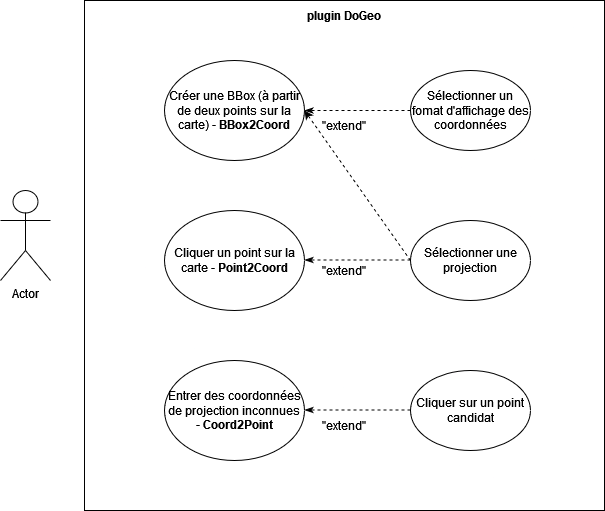
Before: diag_UseCases.png, a diagram exported from draw.io (leonielrx/ProjetInfo_DoGeo). Source tidied: cells renumbered, new cells last; positions are measured from the earlier drawing's top-left corner, leaving out a move shared by most shapes.
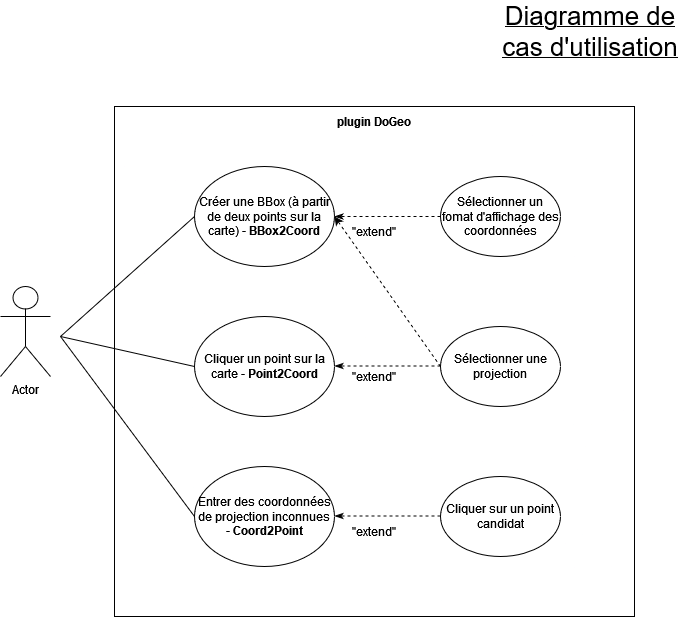
After the change.

Commit message:
Mettre à jour diag_UseCases.png

What changed in the source:
```diff
@@ -3,7 +3,7 @@
     <mxCell id="0" />
     <mxCell id="1" parent="0" />
     <mxCell id="2" value="Actor" style="shape=umlActor;verticalLabelPosition=bottom;verticalAlign=top;html=1;" parent="1" vertex="1">
-      <mxGeometry y="190" width="50" height="90" as="geometry" />
+      <mxGeometry x="-30" y="180" width="50" height="90" as="geometry" />
     </mxCell>
     <mxCell id="3" style="verticalLabelPosition=bottom;verticalAlign=top;html=1;shape=mxgraph.basic.rect;fillColor2=none;strokeWidth=1;size=20;indent=5;" parent="1" vertex="1">
       <mxGeometry x="84" width="520" height="510" as="geometry" />
@@ -56,5 +56,23 @@
     <mxCell id="17" value="&quot;extend&quot;" style="text;html=1;align=center;verticalAlign=middle;whiteSpace=wrap;rounded=0;" parent="1" vertex="1">
       <mxGeometry x="314" y="410" width="60" height="30" as="geometry" />
     </mxCell>
+    <mxCell id="18" style="endArrow=none;html=1;rounded=0;entryX=0;entryY=0.5;entryDx=0;entryDy=0;" parent="1" edge="1" target="7">
+      <mxGeometry relative="1" as="geometry">
+        <mxPoint x="30" y="230" as="sourcePoint" />
+      </mxGeometry>
+    </mxCell>
+    <mxCell id="19" style="endArrow=none;html=1;rounded=0;entryX=0;entryY=0.5;entryDx=0;entryDy=0;" parent="1" edge="1" target="6">
+      <mxGeometry relative="1" as="geometry">
+        <mxPoint x="30" y="230" as="sourcePoint" />
+      </mxGeometry>
+    </mxCell>
+    <mxCell id="20" style="endArrow=none;html=1;rounded=0;entryX=0;entryY=0.5;entryDx=0;entryDy=0;" parent="1" edge="1" target="5">
+      <mxGeometry relative="1" as="geometry">
+        <mxPoint x="30" y="230" as="sourcePoint" />
+      </mxGeometry>
+    </mxCell>
+    <mxCell id="21" value="&lt;u&gt;&lt;font style=&quot;font-size: 26px;&quot;&gt;Diagramme de cas d'utilisation&lt;/font&gt;&lt;/u&gt;" style="text;html=1;align=center;verticalAlign=middle;whiteSpace=wrap;rounded=0;" parent="1" vertex="1">
+      <mxGeometry x="470" y="-90" width="180" height="30" as="geometry" />
+    </mxCell>
   </root>
 </mxGraphModel>
```
